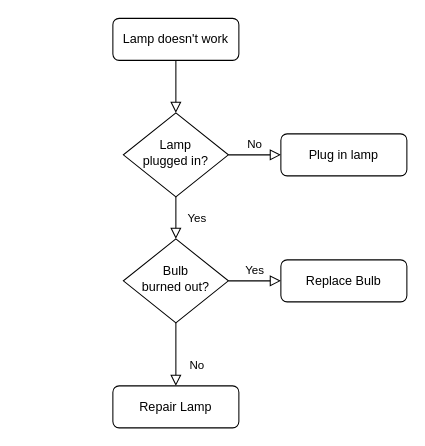
cmougan/xAIAuditing keeps this draw.io diagram as images/Diagrama sin título.drawio. Above is the earlier version. Source tidied: cells renumbered, new cells numbered last; positions are measured from the earlier drawing's top-left corner, leaving out a move shared by most shapes. Both pictures are drawn from the tidied source at 105%, with x=0, y=0 at pixel (112, 18).
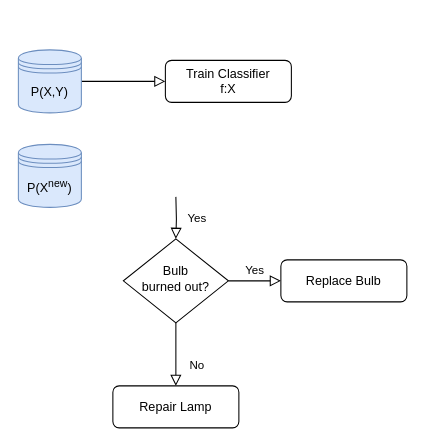
The same page after the edit.

The edit, as a diff of the source:
```diff
@@
 <mxGraphModel>
   <root>
     <mxCell id="0" />
     <mxCell id="1" parent="0" />
-    <mxCell id="2" style="rounded=0;html=1;jettySize=auto;fontSize=11;endArrow=block;endFill=0;endSize=8;strokeWidth=1;shadow=0;labelBackgroundColor=none;edgeStyle=orthogonalEdgeStyle;" parent="1" edge="1" source="3" target="6">
+    <mxCell id="2" style="rounded=0;html=1;jettySize=auto;fontSize=11;endArrow=block;endFill=0;endSize=8;strokeWidth=1;shadow=0;labelBackgroundColor=none;edgeStyle=orthogonalEdgeStyle;exitX=1;exitY=0.5;exitDx=0;exitDy=0;entryX=0;entryY=0.5;entryDx=0;entryDy=0;" parent="1" edge="1" source="13" target="7">
       <mxGeometry relative="1" as="geometry" />
     </mxCell>
-    <mxCell id="3" value="Lamp doesn't work" style="rounded=1;whiteSpace=wrap;html=1;fontSize=12;glass=0;strokeWidth=1;shadow=0;" parent="1" vertex="1">
-      <mxGeometry width="120" height="40" as="geometry" />
-    </mxCell>
-    <mxCell id="4" value="Yes" style="rounded=0;html=1;jettySize=auto;fontSize=11;endArrow=block;endFill=0;endSize=8;strokeWidth=1;shadow=0;labelBackgroundColor=none;edgeStyle=orthogonalEdgeStyle;" parent="1" edge="1" source="6" target="10">
-      <mxGeometry y="20" relative="1" as="geometry" />
+    <mxCell id="4" value="Yes" style="rounded=0;html=1;jettySize=auto;fontSize=11;endArrow=block;endFill=0;endSize=8;strokeWidth=1;shadow=0;labelBackgroundColor=none;edgeStyle=orthogonalEdgeStyle;" parent="1" edge="1" target="10">
+      <mxGeometry y="20" relative="1" as="geometry">
+        <mxPoint x="60" y="170" as="sourcePoint" />
+      </mxGeometry>
     </mxCell>
-    <mxCell id="5" value="No" style="edgeStyle=orthogonalEdgeStyle;rounded=0;html=1;jettySize=auto;fontSize=11;endArrow=block;endFill=0;endSize=8;strokeWidth=1;shadow=0;labelBackgroundColor=none;" parent="1" edge="1" source="6" target="7">
-      <mxGeometry y="10" relative="1" as="geometry" />
-    </mxCell>
-    <mxCell id="6" value="Lamp&lt;br&gt;plugged in?" style="rhombus;whiteSpace=wrap;html=1;shadow=0;fontFamily=Helvetica;fontSize=12;align=center;strokeWidth=1;spacing=6;spacingTop=-4;" parent="1" vertex="1">
-      <mxGeometry x="10" y="90" width="100" height="80" as="geometry" />
-    </mxCell>
-    <mxCell id="7" value="Plug in lamp" style="rounded=1;whiteSpace=wrap;html=1;fontSize=12;glass=0;strokeWidth=1;shadow=0;" parent="1" vertex="1">
-      <mxGeometry x="160" y="110" width="120" height="40" as="geometry" />
+    <mxCell id="7" value="Train Classifier&lt;br&gt;f:X" style="rounded=1;whiteSpace=wrap;html=1;fontSize=12;glass=0;strokeWidth=1;shadow=0;" parent="1" vertex="1">
+      <mxGeometry x="50" y="40" width="120" height="40" as="geometry" />
     </mxCell>
     <mxCell id="8" value="No" style="rounded=0;html=1;jettySize=auto;fontSize=11;endArrow=block;endFill=0;endSize=8;strokeWidth=1;shadow=0;labelBackgroundColor=none;edgeStyle=orthogonalEdgeStyle;" parent="1" edge="1" source="10" target="11">
       <mxGeometry x="0.33" y="20" relative="1" as="geometry" />
     </mxCell>
     <mxCell id="9" value="Yes" style="edgeStyle=orthogonalEdgeStyle;rounded=0;html=1;jettySize=auto;fontSize=11;endArrow=block;endFill=0;endSize=8;strokeWidth=1;shadow=0;labelBackgroundColor=none;" parent="1" edge="1" source="10" target="12">
       <mxGeometry y="10" relative="1" as="geometry" />
     </mxCell>
     <mxCell id="10" value="Bulb&lt;br&gt;burned out?" style="rhombus;whiteSpace=wrap;html=1;shadow=0;fontFamily=Helvetica;fontSize=12;align=center;strokeWidth=1;spacing=6;spacingTop=-4;" parent="1" vertex="1">
       <mxGeometry x="10" y="210" width="100" height="80" as="geometry" />
     </mxCell>
     <mxCell id="11" value="Repair Lamp" style="rounded=1;whiteSpace=wrap;html=1;fontSize=12;glass=0;strokeWidth=1;shadow=0;" parent="1" vertex="1">
       <mxGeometry y="350" width="120" height="40" as="geometry" />
     </mxCell>
     <mxCell id="12" value="Replace Bulb" style="rounded=1;whiteSpace=wrap;html=1;fontSize=12;glass=0;strokeWidth=1;shadow=0;" parent="1" vertex="1">
       <mxGeometry x="160" y="230" width="120" height="40" as="geometry" />
     </mxCell>
+    <mxCell id="13" value="P(X,Y)" style="shape=datastore;whiteSpace=wrap;html=1;fillColor=#dae8fc;strokeColor=#6c8ebf;" parent="1" vertex="1">
+      <mxGeometry x="-90" y="30" width="60" height="60" as="geometry" />
+    </mxCell>
+    <mxCell id="14" value="P(X&lt;sup&gt;new&lt;/sup&gt;)" style="shape=datastore;whiteSpace=wrap;html=1;fillColor=#dae8fc;strokeColor=#6c8ebf;" parent="1" vertex="1">
+      <mxGeometry x="-90" y="120" width="60" height="60" as="geometry" />
+    </mxCell>
   </root>
 </mxGraphModel>
```
